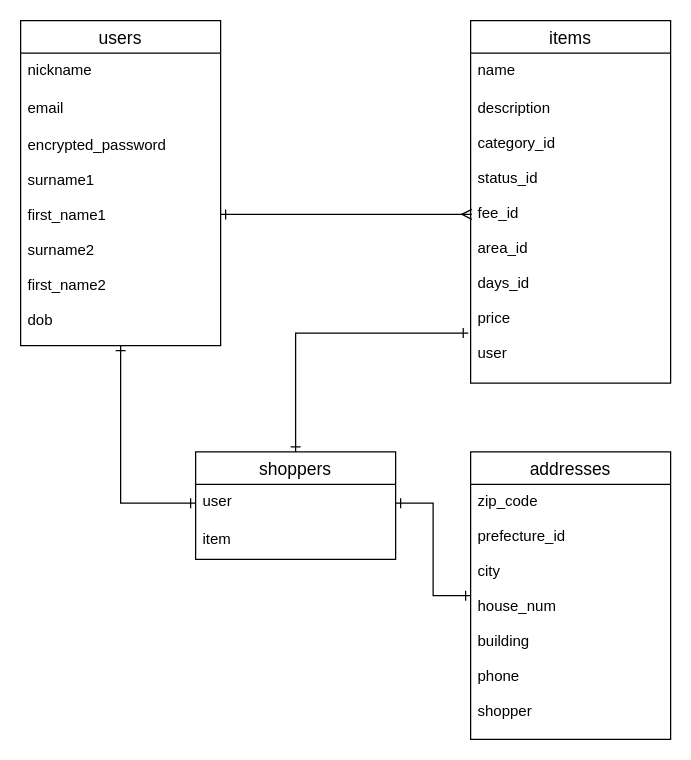
Above: .dio in Hiroki-Sakurazawa/furima-28665 (draw.io), before the change. Source tidied: cells renumbered, new cells numbered last; positions are measured from the earlier drawing's top-left corner, leaving out a move shared by most shapes. Both pictures are drawn from the tidied source at 125%, with x=0, y=0 at pixel (20, 20).
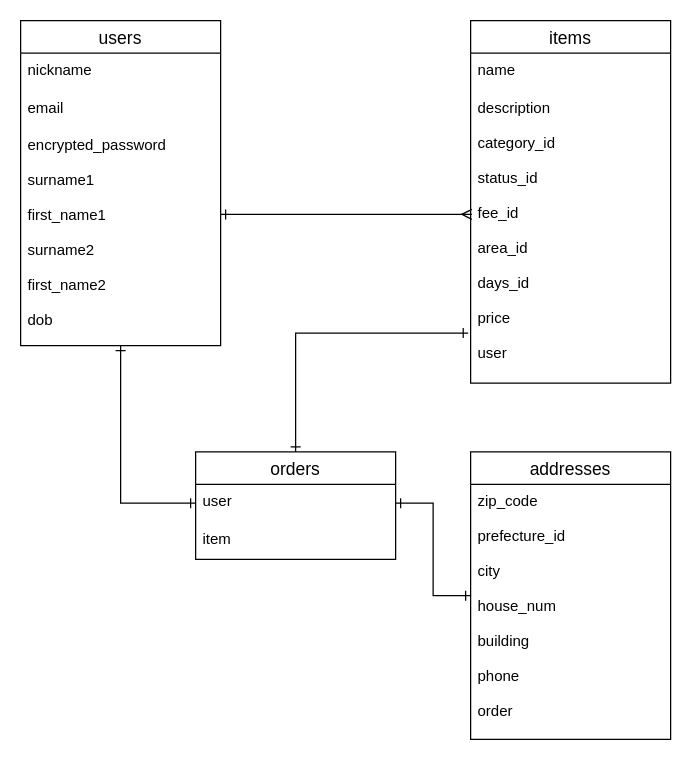
Above is the later version.

Change to the diagram source:
```diff
@@
 <mxGraphModel>
   <root>
     <mxCell id="0" />
     <mxCell id="1" parent="0" />
     <mxCell id="2" style="edgeStyle=orthogonalEdgeStyle;rounded=0;jettySize=auto;html=1;entryX=0.006;entryY=0.423;entryDx=0;entryDy=0;entryPerimeter=0;startArrow=ERone;startFill=0;endArrow=ERmany;endFill=0;" parent="1" edge="1" source="4" target="10">
       <mxGeometry relative="1" as="geometry">
         <Array as="points">
           <mxPoint x="210" y="155" />
           <mxPoint x="210" y="155" />
         </Array>
       </mxGeometry>
     </mxCell>
     <mxCell id="3" style="edgeStyle=orthogonalEdgeStyle;rounded=0;jettySize=auto;html=1;entryX=0;entryY=0.5;entryDx=0;entryDy=0;startArrow=ERone;startFill=0;endArrow=ERone;endFill=0;" parent="1" edge="1" source="4" target="16">
       <mxGeometry relative="1" as="geometry" />
     </mxCell>
     <mxCell id="4" value="users" style="swimlane;fontStyle=0;horizontal=1;startSize=26;align=center;fontSize=14;" parent="1" vertex="1">
       <mxGeometry width="160" height="260" as="geometry" />
     </mxCell>
     <mxCell id="5" value="nickname" style="text;strokeColor=none;fillColor=none;spacingLeft=4;spacingRight=4;overflow=hidden;fontSize=12;" parent="4" vertex="1">
       <mxGeometry y="26" width="160" height="30" as="geometry" />
     </mxCell>
     <mxCell id="6" value="email" style="text;strokeColor=none;fillColor=none;spacingLeft=4;spacingRight=4;overflow=hidden;fontSize=12;" parent="4" vertex="1">
       <mxGeometry y="56" width="160" height="30" as="geometry" />
     </mxCell>
     <mxCell id="7" value="encrypted_password&#10;&#10;surname1&#10;&#10;first_name1&#10;&#10;surname2&#10;&#10;first_name2&#10;&#10;dob" style="text;strokeColor=none;fillColor=none;spacingLeft=4;spacingRight=4;overflow=hidden;fontSize=12;" parent="4" vertex="1">
       <mxGeometry y="86" width="160" height="174" as="geometry" />
     </mxCell>
     <mxCell id="8" value="items" style="swimlane;fontStyle=0;horizontal=1;startSize=26;align=center;fontSize=14;" parent="1" vertex="1">
       <mxGeometry x="360" width="160" height="290" as="geometry" />
     </mxCell>
     <mxCell id="9" value="name" style="text;strokeColor=none;fillColor=none;spacingLeft=4;spacingRight=4;overflow=hidden;fontSize=12;" parent="8" vertex="1">
       <mxGeometry y="26" width="160" height="30" as="geometry" />
     </mxCell>
     <mxCell id="10" value="description&#10;&#10;category_id&#10;&#10;status_id&#10;&#10;fee_id&#10;&#10;area_id&#10;&#10;days_id&#10;&#10;price&#10;&#10;user" style="text;strokeColor=none;fillColor=none;spacingLeft=4;spacingRight=4;overflow=hidden;points=[[0,0.5],[1,0.5]];portConstraint=eastwest;fontSize=12;" parent="8" vertex="1">
       <mxGeometry y="56" width="160" height="234" as="geometry" />
     </mxCell>
     <mxCell id="11" style="edgeStyle=orthogonalEdgeStyle;rounded=0;jettySize=auto;html=1;entryX=1;entryY=0.5;entryDx=0;entryDy=0;startArrow=ERone;startFill=0;endArrow=ERone;endFill=0;" parent="1" edge="1" source="12" target="16">
       <mxGeometry relative="1" as="geometry" />
     </mxCell>
     <mxCell id="12" value="addresses" style="swimlane;fontStyle=0;horizontal=1;startSize=26;align=center;fontSize=14;" parent="1" vertex="1">
       <mxGeometry x="360" y="345" width="160" height="230" as="geometry" />
     </mxCell>
-    <mxCell id="13" value="zip_code&#10;&#10;prefecture_id&#10;&#10;city&#10;&#10;house_num&#10;&#10;building&#10;&#10;phone&#10;&#10;shopper" style="text;strokeColor=none;fillColor=none;spacingLeft=4;spacingRight=4;overflow=hidden;fontSize=12;" parent="12" vertex="1">
+    <mxCell id="13" value="zip_code&#10;&#10;prefecture_id&#10;&#10;city&#10;&#10;house_num&#10;&#10;building&#10;&#10;phone&#10;&#10;order" style="text;strokeColor=none;fillColor=none;spacingLeft=4;spacingRight=4;overflow=hidden;fontSize=12;" parent="12" vertex="1">
       <mxGeometry y="26" width="160" height="204" as="geometry" />
     </mxCell>
     <mxCell id="14" style="edgeStyle=orthogonalEdgeStyle;rounded=0;jettySize=auto;html=1;entryX=-0.012;entryY=0.829;entryDx=0;entryDy=0;entryPerimeter=0;startArrow=ERone;startFill=0;endArrow=ERone;endFill=0;" parent="1" edge="1" source="15" target="10">
       <mxGeometry relative="1" as="geometry" />
     </mxCell>
-    <mxCell id="15" value="shoppers" style="swimlane;fontStyle=0;horizontal=1;startSize=26;align=center;fontSize=14;" parent="1" vertex="1">
+    <mxCell id="15" value="orders" style="swimlane;fontStyle=0;horizontal=1;startSize=26;align=center;fontSize=14;" parent="1" vertex="1">
       <mxGeometry x="140" y="345" width="160" height="86" as="geometry" />
     </mxCell>
     <mxCell id="16" value="user" style="text;strokeColor=none;fillColor=none;spacingLeft=4;spacingRight=4;overflow=hidden;points=[[0,0.5],[1,0.5]];portConstraint=eastwest;fontSize=12;" parent="15" vertex="1">
       <mxGeometry y="26" width="160" height="30" as="geometry" />
     </mxCell>
     <mxCell id="17" value="item" style="text;strokeColor=none;fillColor=none;spacingLeft=4;spacingRight=4;overflow=hidden;fontSize=12;" parent="15" vertex="1">
       <mxGeometry y="56" width="160" height="30" as="geometry" />
     </mxCell>
   </root>
 </mxGraphModel>
```
